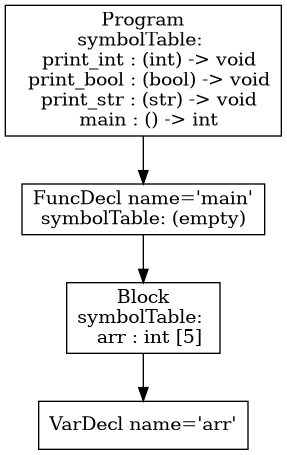
The Graphviz diagram p3-analysis/tree.png in atrim11/CS432, before a commit. Its source is kept beside it as p3-analysis/tree.dot.
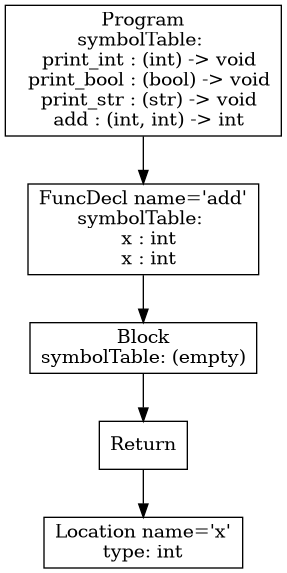
After the commit.

The edit, as a diff of the source:
```diff
@@ -1,9 +1,11 @@
 digraph AST {
-3 [shape=box, label="VarDecl name='arr'"];
-2 [shape=box, label="Block\nsymbolTable: \n  arr : int [5]"];
+4 [shape=box, label="Location name='x'\ntype: int"];
+3 [shape=box, label="Return"];
+3 -> 4;
+2 [shape=box, label="Block\nsymbolTable: (empty)"];
 2 -> 3;
-1 [shape=box, label="FuncDecl name='main'\nsymbolTable: (empty)"];
+1 [shape=box, label="FuncDecl name='add'\nsymbolTable: \n  x : int\n  x : int"];
 1 -> 2;
-0 [shape=box, label="Program\nsymbolTable: \n  print_int : (int) -> void\n  print_bool : (bool) -> void\n  print_str : (str) -> void\n  main : () -> int"];
+0 [shape=box, label="Program\nsymbolTable: \n  print_int : (int) -> void\n  print_bool : (bool) -> void\n  print_str : (str) -> void\n  add : (int, int) -> int"];
 0 -> 1;
 }
```
